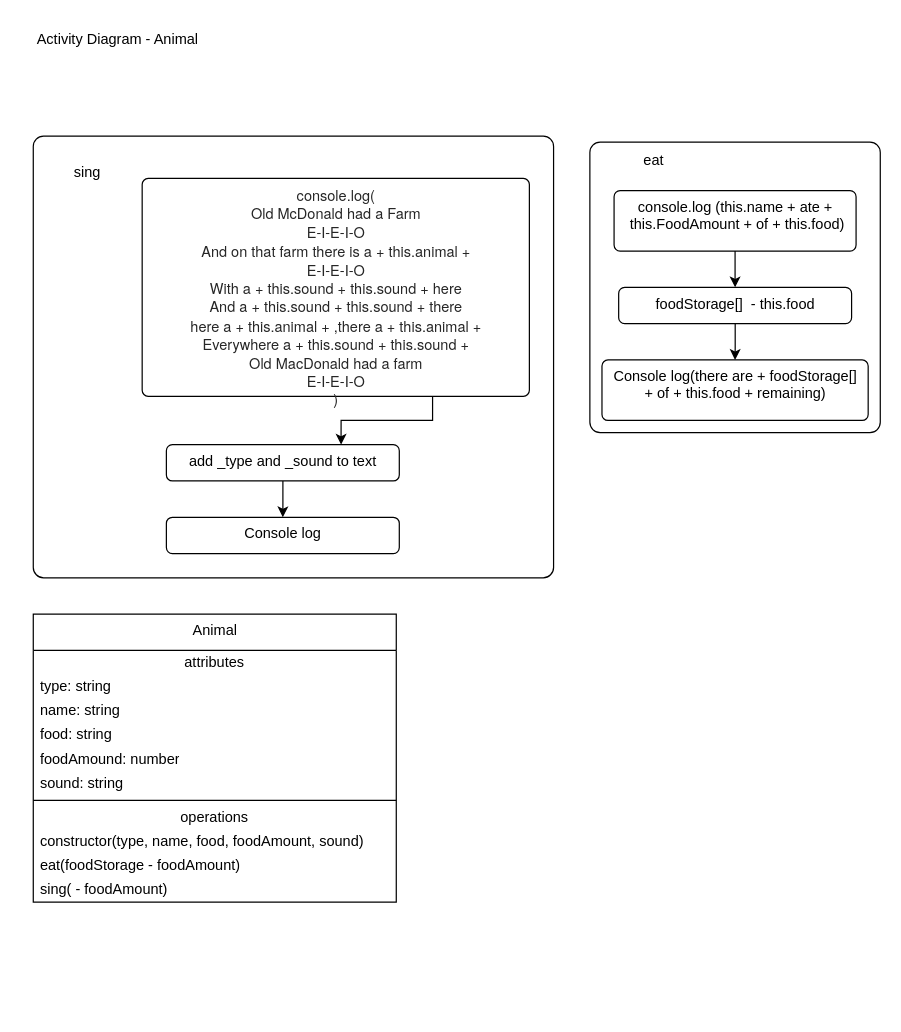
Earlier version of the draw.io diagram L09_Classes/Farm/Konzept/ActivityDiagram_FarmAnimal.drawio (DieErdnuss/EIA_2). Source tidied: cells renumbered, new cells numbered last; positions are measured from the earlier drawing's top-left corner, leaving out a move shared by most shapes. Both pictures are drawn from the tidied source at 121%, with x=0, y=0 at pixel (21, 21).
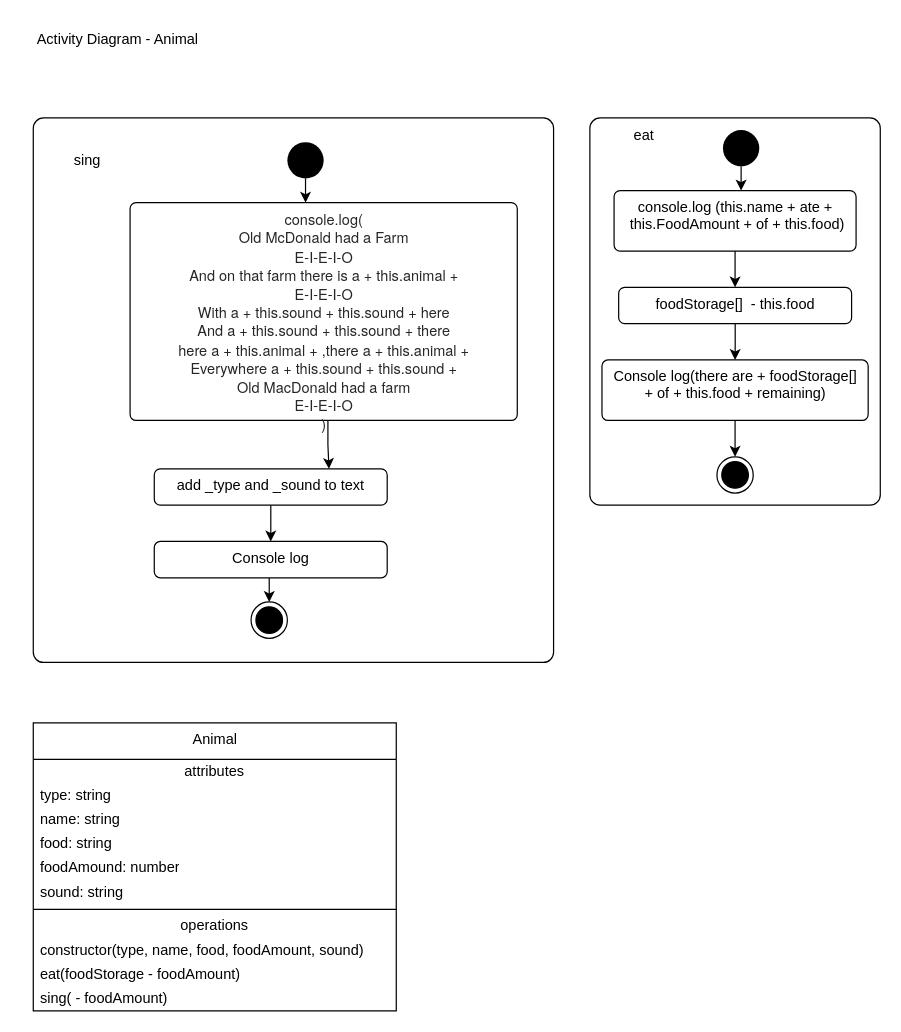
After the change.

The change refers to these unchanged cells:
```xml
<mxCell id="11" value="&lt;div&gt;Console log(there are + foodStorage[] &lt;br&gt;&lt;/div&gt;&lt;div&gt;+ of + this.food + remaining)&lt;/div&gt;" style="html=1;align=center;verticalAlign=top;rounded=1;absoluteArcSize=1;arcSize=10;dashed=0;fontSize=12;" parent="1" vertex="1">
  <mxGeometry x="480" y="280" width="220" height="50" as="geometry" />
</mxCell>
<mxCell id="26" value="&lt;div&gt;console.log (this.name + ate +&lt;/div&gt;&lt;div&gt;&amp;nbsp;this.FoodAmount + of + this.food)&lt;/div&gt;" style="html=1;align=center;verticalAlign=top;rounded=1;absoluteArcSize=1;arcSize=10;dashed=0;fontSize=12;" parent="1" vertex="1">
  <mxGeometry x="490" y="140" width="200" height="50" as="geometry" />
</mxCell>
```

Change to the diagram source:
```diff
@@
     <mxCell id="2" value="&lt;div align=&quot;left&quot;&gt;&lt;br&gt;&lt;/div&gt;" style="html=1;align=left;verticalAlign=middle;rounded=1;absoluteArcSize=1;arcSize=17;dashed=0;fontSize=12;" parent="1" vertex="1">
-      <mxGeometry x="470" y="100" width="240" height="240" as="geometry" />
+      <mxGeometry x="470" y="80" width="240" height="320" as="geometry" />
     </mxCell>
     <mxCell id="3" value="eat" style="text;html=1;strokeColor=none;fillColor=none;align=center;verticalAlign=middle;whiteSpace=wrap;rounded=0;fontSize=12;" parent="1" vertex="1">
-      <mxGeometry x="477.5" y="100" width="90" height="30" as="geometry" />
+      <mxGeometry x="470" y="80" width="90" height="30" as="geometry" />
     </mxCell>
     <mxCell id="4" value="&lt;div align=&quot;left&quot;&gt;&lt;br&gt;&lt;/div&gt;" style="html=1;align=left;verticalAlign=middle;rounded=1;absoluteArcSize=1;arcSize=17;dashed=0;fontSize=12;" parent="1" vertex="1">
-      <mxGeometry x="10" y="95" width="430" height="365" as="geometry" />
+      <mxGeometry x="10" y="80" width="430" height="450" as="geometry" />
     </mxCell>
     <mxCell id="5" value="sing" style="text;html=1;strokeColor=none;fillColor=none;align=center;verticalAlign=middle;whiteSpace=wrap;rounded=0;fontSize=12;" parent="1" vertex="1">
-      <mxGeometry x="10" y="110" width="90" height="30" as="geometry" />
+      <mxGeometry x="10" y="100" width="90" height="30" as="geometry" />
     </mxCell>
@@
     <mxCell id="7" value="&lt;div&gt;add _type and _sound to text&lt;/div&gt;&lt;div&gt;&lt;br&gt;&lt;/div&gt;" style="html=1;align=center;verticalAlign=top;rounded=1;absoluteArcSize=1;arcSize=10;dashed=0;fontSize=12;" parent="1" vertex="1">
-      <mxGeometry x="120" y="350" width="192.5" height="30" as="geometry" />
+      <mxGeometry x="110" y="370" width="192.5" height="30" as="geometry" />
     </mxCell>
-    <mxCell id="8" style="edgeStyle=orthogonalEdgeStyle;rounded=0;jettySize=auto;html=1;fontSize=12;exitX=0.75;exitY=1;exitDx=0;exitDy=0;entryX=0.75;entryY=0;entryDx=0;entryDy=0;" parent="1" edge="1" source="9" target="7">
+    <mxCell id="8" style="edgeStyle=orthogonalEdgeStyle;rounded=0;jettySize=auto;html=1;fontSize=12;exitX=0.511;exitY=0.996;exitDx=0;exitDy=0;entryX=0.75;entryY=0;entryDx=0;entryDy=0;exitPerimeter=0;" parent="1" edge="1" source="9" target="7">
       <mxGeometry relative="1" as="geometry" />
     </mxCell>
     <mxCell id="9" value="&lt;font style=&quot;font-size: 12px;&quot;&gt;&lt;span style=&quot;background-color: transparent;&quot;&gt;&lt;font style=&quot;font-size: 12px;&quot; color=&quot;#262626&quot;&gt;&lt;span style=&quot;font-family: Whitney, &amp;quot;Helvetica Neue&amp;quot;, Helvetica, Arial, sans-serif; font-style: normal; font-variant-ligatures: normal; font-variant-caps: normal; font-weight: 400; letter-spacing: normal; text-indent: 0px; text-transform: none; word-spacing: 0px; -webkit-text-stroke-width: 0px; text-decoration-thickness: initial; text-decoration-style: initial; text-decoration-color: initial; display: inline !important; float: none;&quot;&gt;console.log(&lt;br&gt;Old McDonald had a Farm&lt;br&gt;E-I-E-I-O&lt;br&gt;And on that farm there is a + this.animal +&lt;br&gt;E-I-E-I-O&lt;br&gt;With a + this.sound + this.sound + here&lt;br&gt;And a + this.sound + this.sound + there&lt;br&gt;here a + this.animal + ,there a + this.animal +&lt;br&gt;Everywhere a + this.sound + this.sound +&lt;br&gt;Old MacDonald had a farm&lt;br&gt;E-I-E-I-O&lt;br&gt;)&lt;/span&gt;&lt;/font&gt;&lt;/span&gt;&lt;/font&gt;" style="html=1;align=center;verticalAlign=top;rounded=1;absoluteArcSize=1;arcSize=10;dashed=0;fontSize=12;" parent="1" vertex="1">
-      <mxGeometry x="100" y="130" width="320" height="180" as="geometry" />
+      <mxGeometry x="90" y="150" width="320" height="180" as="geometry" />
     </mxCell>
+    <mxCell id="29" style="edgeStyle=orthogonalEdgeStyle;rounded=0;jettySize=auto;html=1;entryX=0.5;entryY=0;entryDx=0;entryDy=0;" parent="1" edge="1" source="10" target="33">
+      <mxGeometry relative="1" as="geometry">
+        <Array as="points">
+          <mxPoint x="205" y="470" />
+          <mxPoint x="205" y="470" />
+        </Array>
+      </mxGeometry>
+    </mxCell>
     <mxCell id="10" value="Console log" style="html=1;align=center;verticalAlign=top;rounded=1;absoluteArcSize=1;arcSize=10;dashed=0;fontSize=12;" parent="1" vertex="1">
-      <mxGeometry x="120" y="410" width="192.5" height="30" as="geometry" />
+      <mxGeometry x="110" y="430" width="192.5" height="30" as="geometry" />
     </mxCell>
+    <mxCell id="30" style="edgeStyle=orthogonalEdgeStyle;rounded=0;jettySize=auto;html=1;entryX=0.5;entryY=0;entryDx=0;entryDy=0;" parent="1" edge="1" source="11" target="36">
+      <mxGeometry relative="1" as="geometry" />
+    </mxCell>
@@
     <mxCell id="13" value="Animal" style="swimlane;fontStyle=0;align=center;verticalAlign=top;horizontal=1;startSize=30;html=1;" parent="1" vertex="1">
-      <mxGeometry x="10" y="490" width="300" height="238" as="geometry" />
+      <mxGeometry x="10" y="580" width="300" height="238" as="geometry" />
     </mxCell>
@@
+    <mxCell id="31" style="edgeStyle=orthogonalEdgeStyle;rounded=0;jettySize=auto;html=1;entryX=0.455;entryY=0;entryDx=0;entryDy=0;entryPerimeter=0;" parent="1" edge="1" source="32" target="9">
+      <mxGeometry relative="1" as="geometry" />
+    </mxCell>
+    <mxCell id="32" style="ellipse;fillColor=#000000;strokeColor=none;" parent="1" vertex="1">
+      <mxGeometry x="220" y="100" width="30" height="30" as="geometry" />
+    </mxCell>
+    <mxCell id="33" style="ellipse;html=1;shape=endState;fillColor=#000000;strokeColor=#000000;" parent="1" vertex="1">
+      <mxGeometry x="190" y="480" width="30" height="30" as="geometry" />
+    </mxCell>
+    <mxCell id="34" style="edgeStyle=orthogonalEdgeStyle;rounded=0;jettySize=auto;html=1;entryX=0.526;entryY=0.013;entryDx=0;entryDy=0;entryPerimeter=0;" parent="1" edge="1" source="35" target="26">
+      <mxGeometry relative="1" as="geometry" />
+    </mxCell>
+    <mxCell id="35" style="ellipse;fillColor=#000000;strokeColor=none;" parent="1" vertex="1">
+      <mxGeometry x="580" y="90" width="30" height="30" as="geometry" />
+    </mxCell>
+    <mxCell id="36" style="ellipse;html=1;shape=endState;fillColor=#000000;strokeColor=#000000;" parent="1" vertex="1">
+      <mxGeometry x="575" y="360" width="30" height="30" as="geometry" />
+    </mxCell>
```
